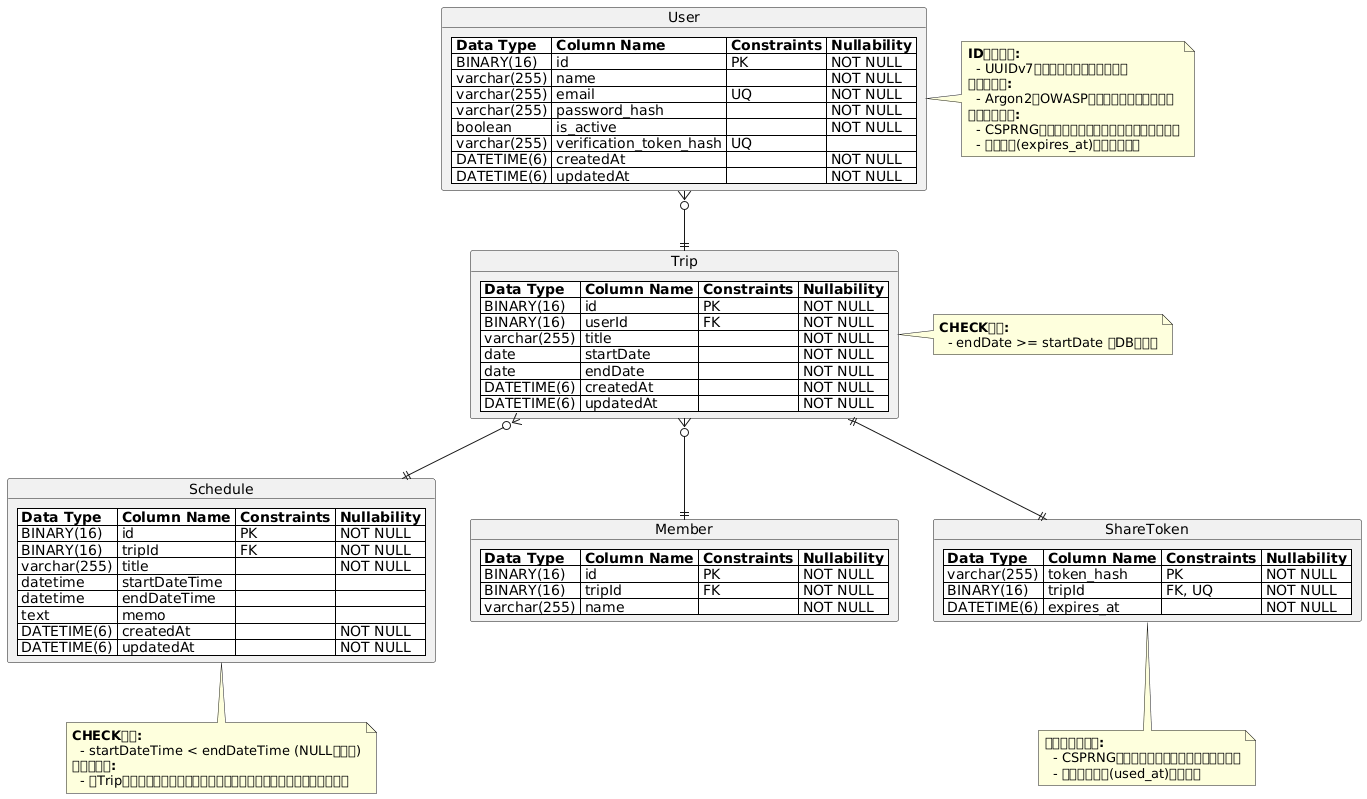
Before: docs/erd/er_diagram.png, a diagram exported from PlantUML (ten10ten10/trip_app).
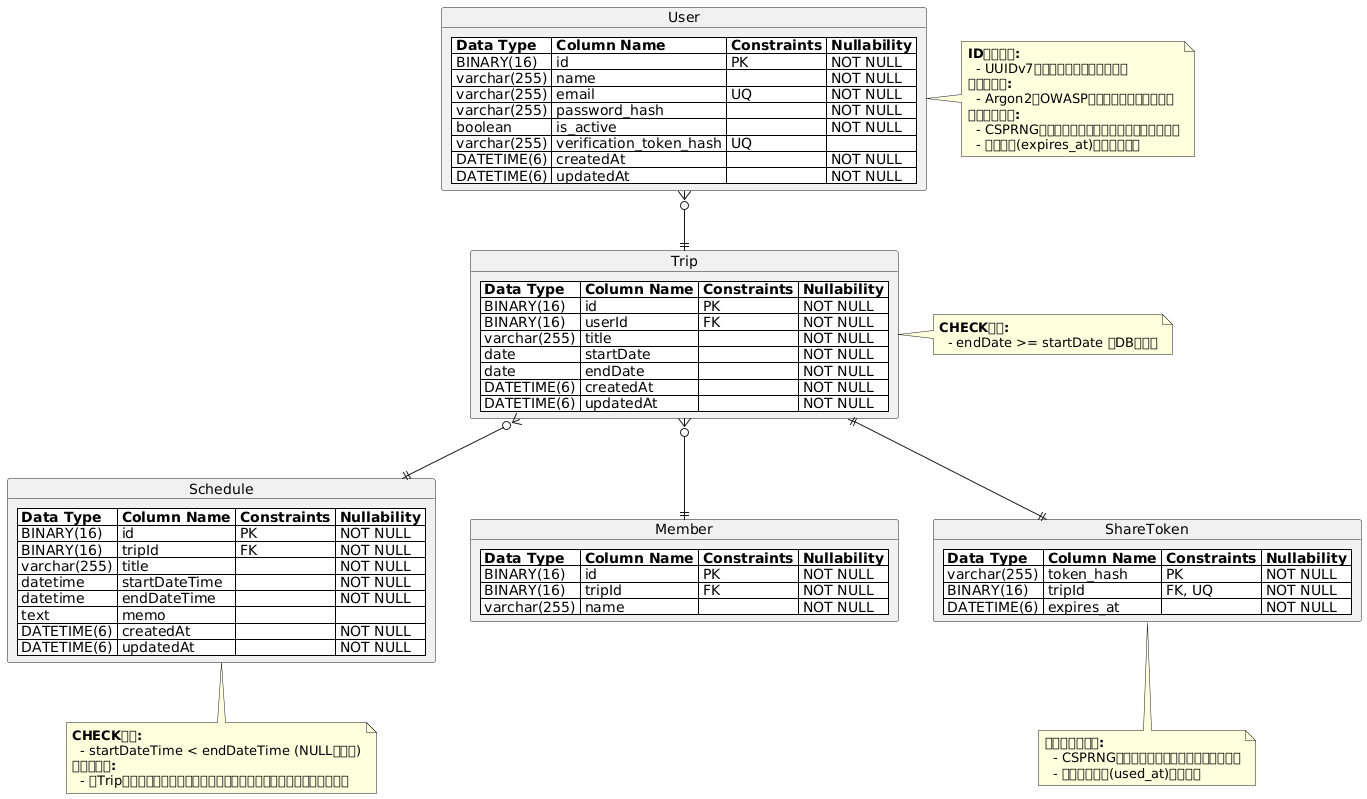
After the change.

The edit, as a diff of the source:
```diff
@@ -41,8 +41,8 @@
   <#white>| BINARY(16) | id | PK | NOT NULL |
   <#white>| BINARY(16) | tripId | FK | NOT NULL |
   <#white>| varchar(255) | title | | NOT NULL |
-  <#white>| datetime | startDateTime | | |
-  <#white>| datetime | endDateTime | | |
+  <#white>| datetime | startDateTime | | NOT NULL |
+  <#white>| datetime | endDateTime | | NOT NULL |
   <#white>| text | memo | | |
   <#white>| DATETIME(6) | createdAt | | NOT NULL |
   <#white>| DATETIME(6) | updatedAt | | NOT NULL |
```
